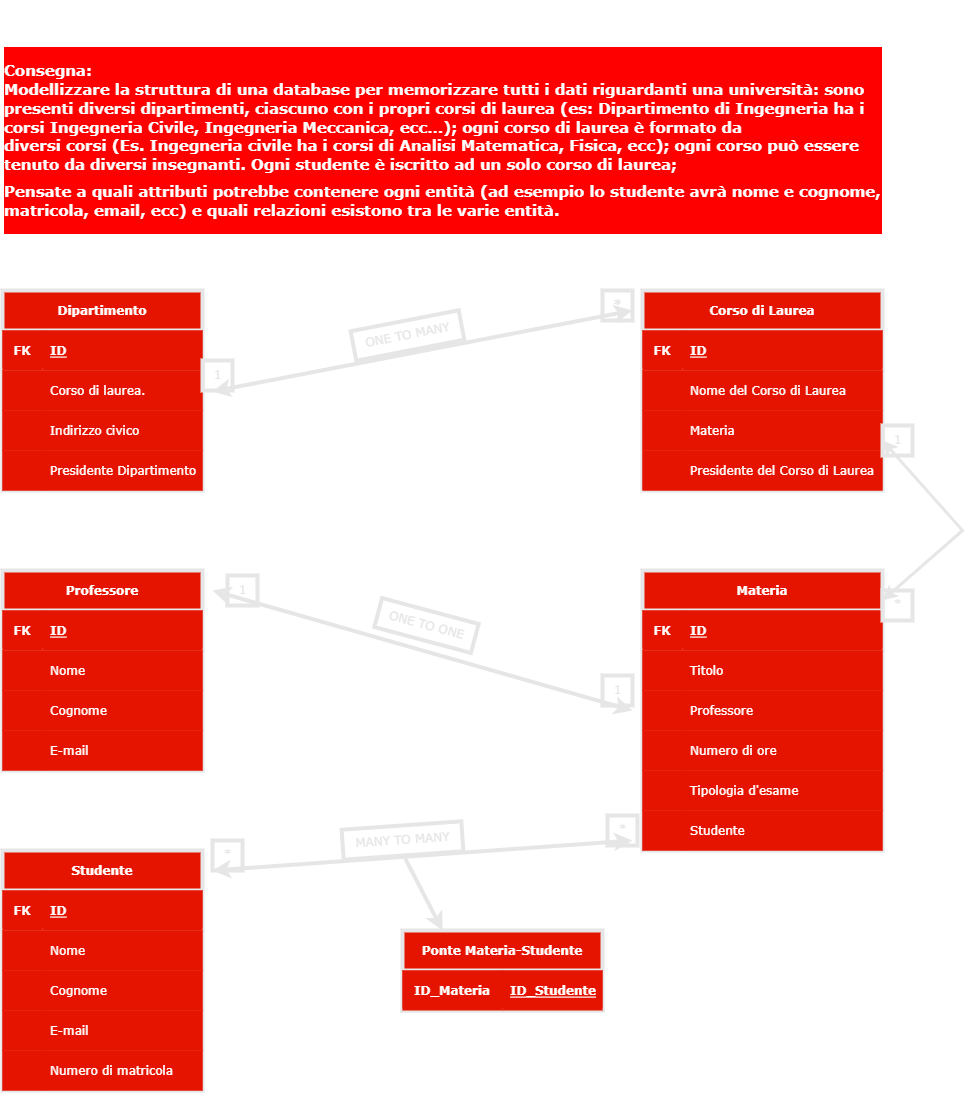
davidectna/db-university keeps this draw.io diagram as database diagram/Diagramma E-R.drawio.png. Above is the earlier version. Source tidied: cells renumbered, new cells last; positions are measured from the earlier drawing's top-left corner, leaving out a move shared by most shapes.
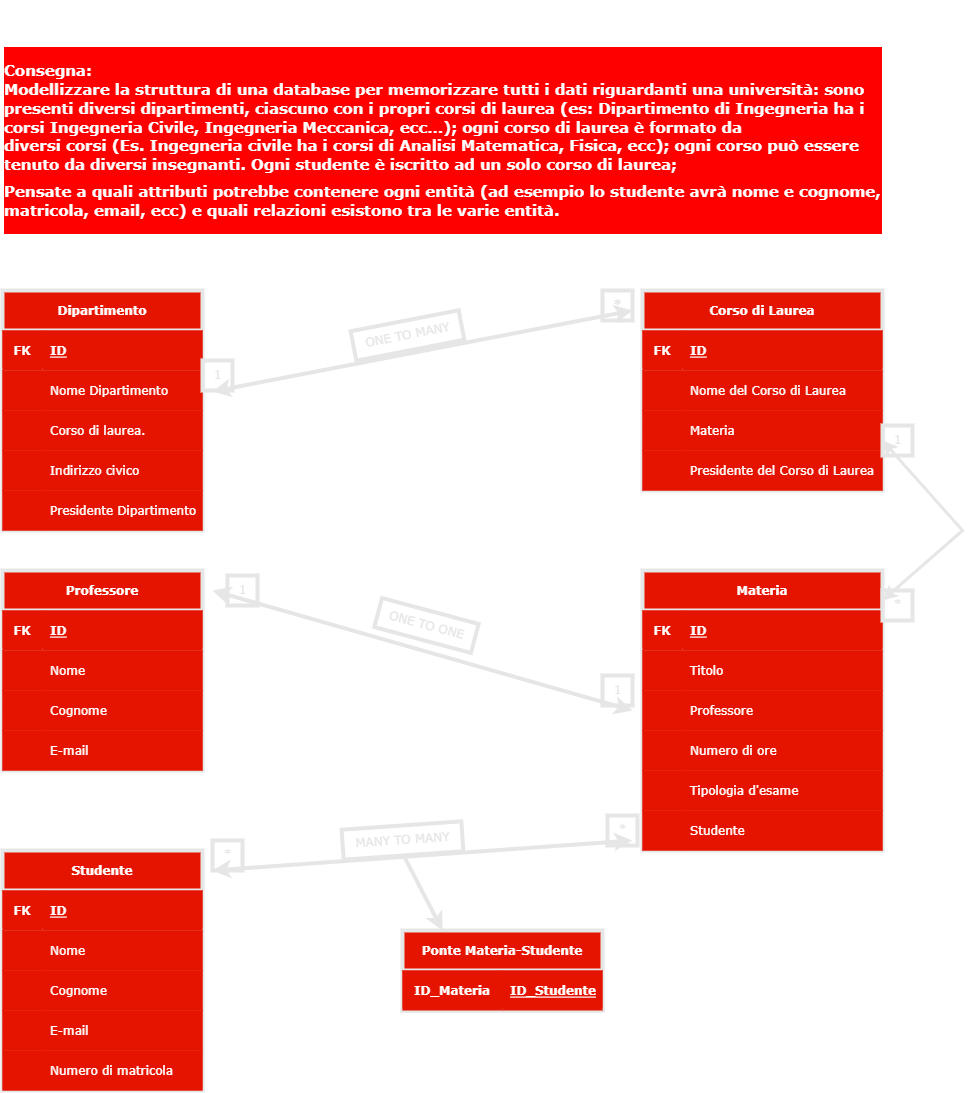
The same diagram one commit later.

Change to the diagram source:
```diff
@@ -6,7 +6,7 @@
       <mxGeometry width="880" height="280" as="geometry" />
     </mxCell>
     <mxCell id="3" value="Dipartimento" style="shape=table;startSize=40;rowLines=0;fontStyle=1;align=center;labelBackgroundColor=none;labelBorderColor=none;fontFamily=Verdana;fillColor=#e51400;strokeColor=#E6E6E6;fontColor=#ffffff;strokeWidth=4;" parent="1" vertex="1">
-      <mxGeometry y="290" width="200" height="200" as="geometry" />
+      <mxGeometry y="290" width="200" height="240" as="geometry" />
     </mxCell>
     <mxCell id="4" style="shape=tableRow;horizontal=0;startSize=0;swimlaneHead=0;swimlaneBody=0;fillColor=#e51400;top=0;left=0;right=0;bottom=1;labelBackgroundColor=none;labelBorderColor=none;fontFamily=Verdana;strokeColor=#E6E6E6;fontColor=#ffffff;strokeWidth=4;" parent="3" vertex="1">
       <mxGeometry y="40" width="200" height="40" as="geometry" />
@@ -17,8 +17,17 @@
     <mxCell id="6" value="ID" style="shape=partialRectangle;fillColor=#e51400;top=0;left=0;bottom=0;right=0;align=left;spacingLeft=6;fontStyle=5;overflow=hidden;labelBackgroundColor=none;labelBorderColor=none;fontFamily=Verdana;strokeColor=#E6E6E6;fontColor=#ffffff;strokeWidth=4;" parent="4" vertex="1">
       <mxGeometry x="40" width="160" height="40" as="geometry" />
     </mxCell>
+    <mxCell id="97" style="shape=tableRow;horizontal=0;startSize=0;swimlaneHead=0;swimlaneBody=0;fillColor=#e51400;top=0;left=0;right=0;bottom=0;labelBackgroundColor=none;labelBorderColor=none;fontFamily=Verdana;strokeColor=#E6E6E6;fontColor=#ffffff;strokeWidth=4;" parent="3" vertex="1">
+      <mxGeometry y="80" width="200" height="40" as="geometry" />
+    </mxCell>
+    <mxCell id="98" style="shape=partialRectangle;fillColor=#e51400;top=0;left=0;bottom=0;right=0;overflow=hidden;labelBackgroundColor=none;labelBorderColor=none;fontFamily=Verdana;strokeColor=#E6E6E6;fontColor=#ffffff;strokeWidth=4;" parent="97" vertex="1">
+      <mxGeometry width="40" height="40" as="geometry" />
+    </mxCell>
+    <mxCell id="99" value="Nome Dipartimento" style="shape=partialRectangle;fillColor=#e51400;top=0;left=0;bottom=0;right=0;align=left;spacingLeft=6;overflow=hidden;labelBackgroundColor=none;labelBorderColor=none;fontFamily=Verdana;strokeColor=#E6E6E6;fontColor=#ffffff;strokeWidth=4;" parent="97" vertex="1">
+      <mxGeometry x="40" width="160" height="40" as="geometry" />
+    </mxCell>
     <mxCell id="7" style="shape=tableRow;horizontal=0;startSize=0;swimlaneHead=0;swimlaneBody=0;fillColor=#e51400;top=0;left=0;right=0;bottom=0;labelBackgroundColor=none;labelBorderColor=none;fontFamily=Verdana;strokeColor=#E6E6E6;fontColor=#ffffff;strokeWidth=4;" parent="3" vertex="1">
-      <mxGeometry y="80" width="200" height="40" as="geometry" />
+      <mxGeometry y="120" width="200" height="40" as="geometry" />
     </mxCell>
     <mxCell id="8" style="shape=partialRectangle;fillColor=#e51400;top=0;left=0;bottom=0;right=0;overflow=hidden;labelBackgroundColor=none;labelBorderColor=none;fontFamily=Verdana;strokeColor=#E6E6E6;fontColor=#ffffff;strokeWidth=4;" parent="7" vertex="1">
       <mxGeometry width="40" height="40" as="geometry" />
@@ -27,7 +36,7 @@
       <mxGeometry x="40" width="160" height="40" as="geometry" />
     </mxCell>
     <mxCell id="10" style="shape=tableRow;horizontal=0;startSize=0;swimlaneHead=0;swimlaneBody=0;fillColor=#e51400;top=0;left=0;right=0;bottom=0;labelBackgroundColor=none;labelBorderColor=none;fontFamily=Verdana;strokeColor=#E6E6E6;fontColor=#ffffff;strokeWidth=4;" parent="3" vertex="1">
-      <mxGeometry y="120" width="200" height="40" as="geometry" />
+      <mxGeometry y="160" width="200" height="40" as="geometry" />
     </mxCell>
     <mxCell id="11" style="shape=partialRectangle;fillColor=#e51400;top=0;left=0;bottom=0;right=0;overflow=hidden;labelBackgroundColor=none;labelBorderColor=none;fontFamily=Verdana;strokeColor=#E6E6E6;fontColor=#ffffff;strokeWidth=4;" parent="10" vertex="1">
       <mxGeometry width="40" height="40" as="geometry" />
@@ -36,7 +45,7 @@
       <mxGeometry x="40" width="160" height="40" as="geometry" />
     </mxCell>
     <mxCell id="13" style="shape=tableRow;horizontal=0;startSize=0;swimlaneHead=0;swimlaneBody=0;fillColor=#e51400;top=0;left=0;right=0;bottom=0;labelBackgroundColor=none;labelBorderColor=none;fontFamily=Verdana;strokeColor=#E6E6E6;fontColor=#ffffff;strokeWidth=4;" parent="3" vertex="1">
-      <mxGeometry y="160" width="200" height="40" as="geometry" />
+      <mxGeometry y="200" width="200" height="40" as="geometry" />
     </mxCell>
     <mxCell id="14" style="shape=partialRectangle;fillColor=#e51400;top=0;left=0;bottom=0;right=0;overflow=hidden;labelBackgroundColor=none;labelBorderColor=none;fontFamily=Verdana;strokeColor=#E6E6E6;fontColor=#ffffff;strokeWidth=4;" parent="13" vertex="1">
       <mxGeometry width="40" height="40" as="geometry" />
```
